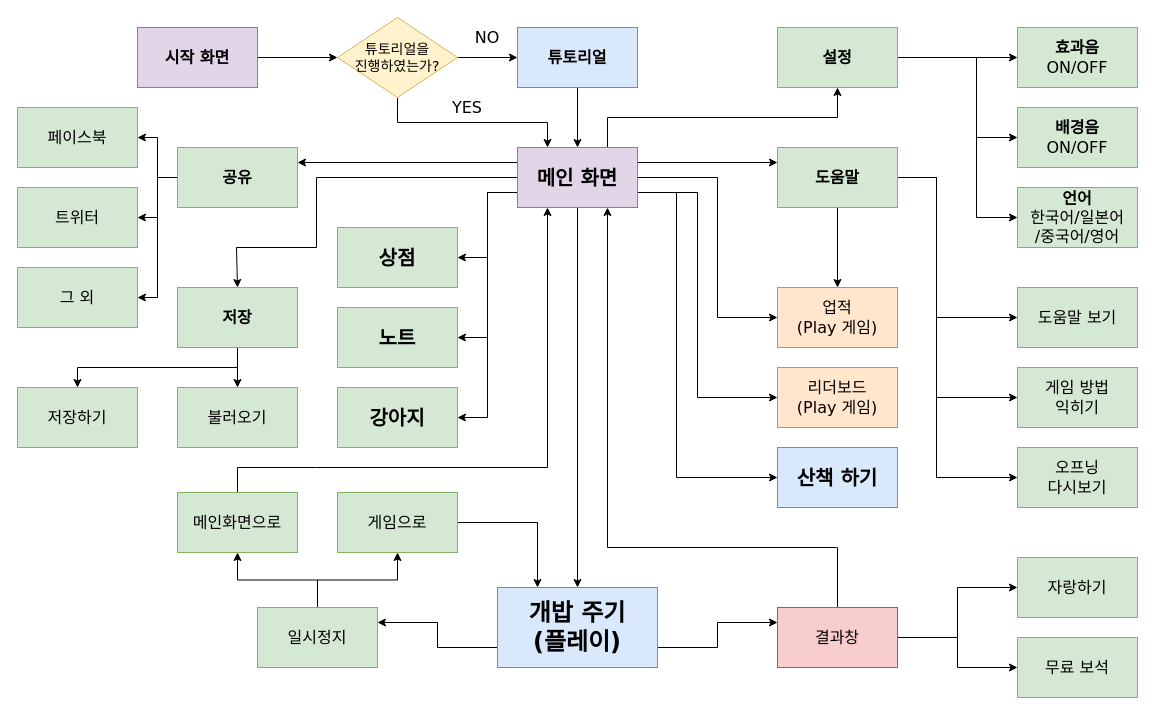
Earlier version of the draw.io diagram GUI 기말.drawio (dinenki71/UI). Source tidied: cells renumbered, new cells numbered last; positions are measured from the earlier drawing's top-left corner, leaving out a move shared by most shapes. Both pictures are drawn from the tidied source at 100%, with x=0, y=0 at pixel (17, 17).
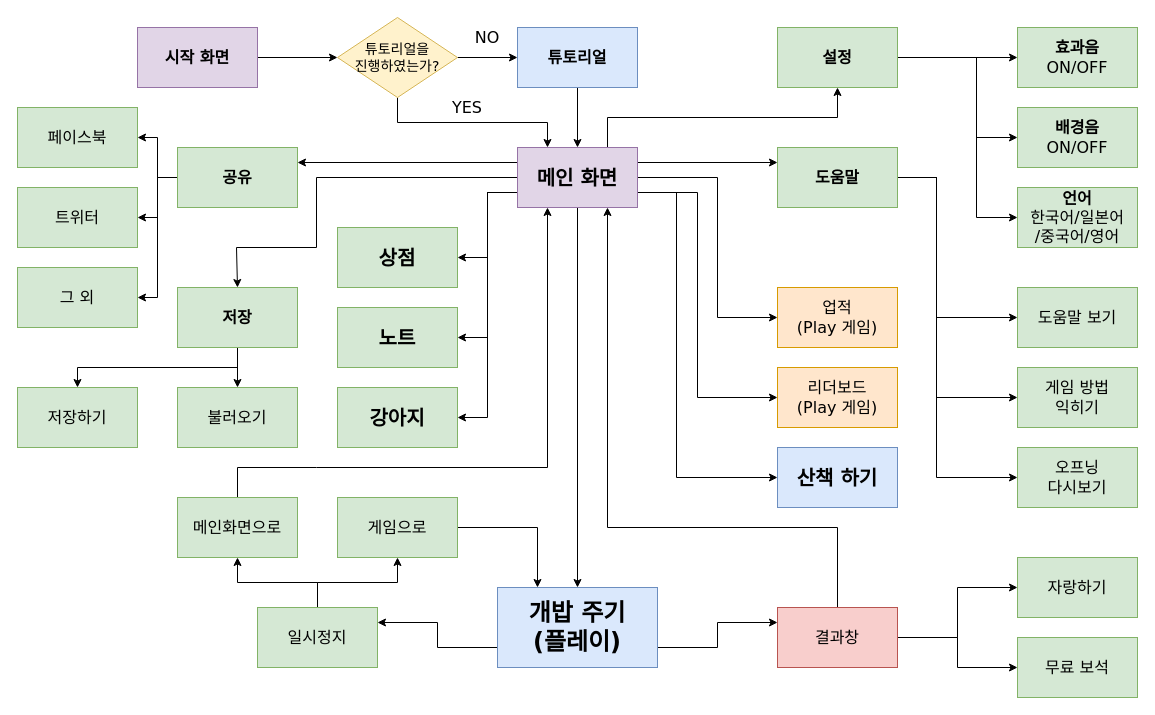
The same diagram, later.

The change refers to these unchanged cells:
```xml
<mxCell id="20" value="&lt;font style=&quot;font-size: 20px&quot;&gt;&lt;b&gt;메인 화면&lt;/b&gt;&lt;/font&gt;" style="rounded=0;whiteSpace=wrap;html=1;fillColor=#e1d5e7;strokeColor=#9673a6;fontFamily=Verdana;" parent="1" vertex="1">
  <mxGeometry x="500" y="130" width="120" height="60" as="geometry" />
</mxCell>
<mxCell id="28" value="&lt;font style=&quot;font-size: 16px&quot;&gt;업적&lt;br&gt;(Play 게임)&lt;br&gt;&lt;/font&gt;" style="rounded=0;whiteSpace=wrap;html=1;fillColor=#ffe6cc;strokeColor=#d79b00;fontFamily=Verdana;" parent="1" vertex="1">
  <mxGeometry x="760" y="270" width="120" height="60" as="geometry" />
</mxCell>
<mxCell id="46" value="&lt;font size=&quot;1&quot;&gt;&lt;span style=&quot;font-size: 16px&quot;&gt;&lt;b&gt;도움말&lt;/b&gt;&lt;/span&gt;&lt;/font&gt;" style="rounded=0;whiteSpace=wrap;html=1;fillColor=#d5e8d4;strokeColor=#82b366;fontFamily=Verdana;" parent="1" vertex="1">
  <mxGeometry x="760" y="130" width="120" height="60" as="geometry" />
</mxCell>
<mxCell id="67" value="결과창" style="rounded=0;whiteSpace=wrap;html=1;fontFamily=Verdana;fontSize=16;fillColor=#f8cecc;strokeColor=#b85450;" parent="1" vertex="1">
  <mxGeometry x="760" y="590" width="120" height="60" as="geometry" />
</mxCell>
```

Diff of the diagram source:
```diff
@@
-    <mxCell id="45" style="edgeStyle=orthogonalEdgeStyle;rounded=0;jettySize=auto;html=1;fontFamily=Verdana;fontSize=16;" parent="1" edge="1" source="46" target="28">
-      <mxGeometry relative="1" as="geometry" />
-    </mxCell>
@@
     <mxCell id="61" value="&lt;font style=&quot;font-size: 16px&quot;&gt;&lt;span style=&quot;font-size: 16px&quot;&gt;메인화면으로&lt;br style=&quot;font-size: 16px&quot;&gt;&lt;/span&gt;&lt;/font&gt;" style="rounded=0;whiteSpace=wrap;html=1;fillColor=#d5e8d4;strokeColor=#82b366;fontFamily=Verdana;fontSize=16;fontStyle=0;" parent="1" vertex="1">
-      <mxGeometry x="160" y="475" width="120" height="60" as="geometry" />
+      <mxGeometry x="160" y="480" width="120" height="60" as="geometry" />
     </mxCell>
@@
     <mxCell id="63" value="&lt;font style=&quot;font-size: 16px&quot;&gt;&lt;span style=&quot;font-size: 16px&quot;&gt;게임으로&lt;br style=&quot;font-size: 16px&quot;&gt;&lt;/span&gt;&lt;/font&gt;" style="rounded=0;whiteSpace=wrap;html=1;fillColor=#d5e8d4;strokeColor=#82b366;fontFamily=Verdana;fontSize=16;fontStyle=0;" parent="1" vertex="1">
-      <mxGeometry x="320" y="475" width="120" height="60" as="geometry" />
+      <mxGeometry x="320" y="480" width="120" height="60" as="geometry" />
     </mxCell>
@@
     <mxCell id="66" style="edgeStyle=orthogonalEdgeStyle;rounded=0;jettySize=auto;html=1;exitX=0.5;exitY=0;exitDx=0;exitDy=0;entryX=0.75;entryY=1;entryDx=0;entryDy=0;fontFamily=Verdana;fontSize=16;" parent="1" edge="1" source="67" target="20">
       <mxGeometry relative="1" as="geometry">
         <Array as="points">
-          <mxPoint x="819" y="530" />
-          <mxPoint x="609" y="530" />
+          <mxPoint x="820" y="510" />
+          <mxPoint x="590" y="510" />
         </Array>
       </mxGeometry>
     </mxCell>
```
